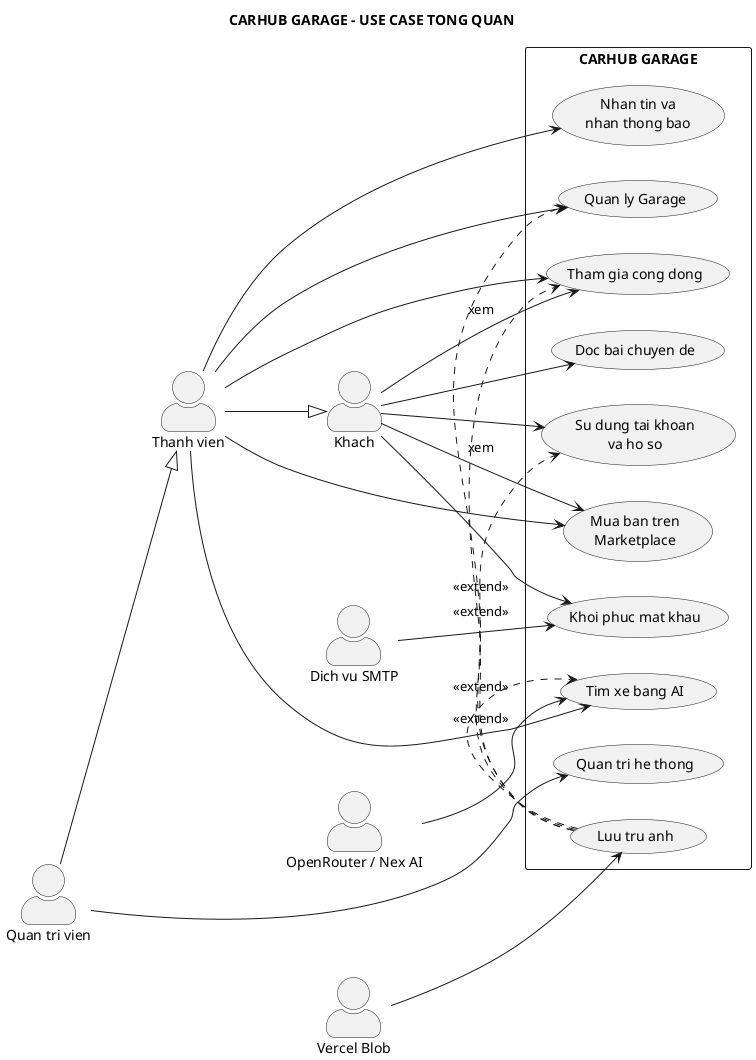
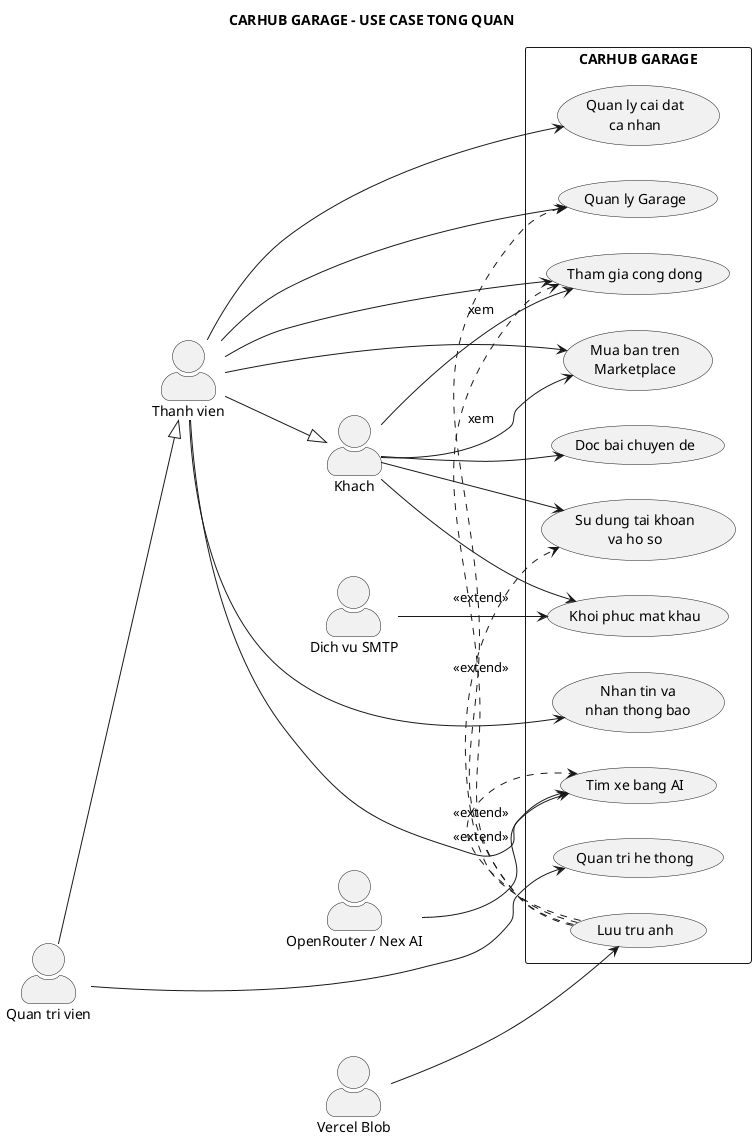
' File nay chua 4 diagram. PlantUML se xuat 4 anh khi render ca file.

@startuml CarHub_01_Overview
title CARHUB GARAGE - USE CASE TONG QUAN
left to right direction
skinparam shadowing false
skinparam packageStyle rectangle
skinparam actorStyle awesome
skinparam usecase BackgroundColor #F7F8FC
skinparam usecase BorderColor #6677AA

actor "Khach" as Guest
actor "Thanh vien" as Member
actor "Quan tri vien" as Admin
actor "OpenRouter / Nex AI" as OpenRouter
actor "Vercel Blob" as Blob
actor "Dich vu SMTP" as SMTP

Member --|> Guest
Admin --|> Member

rectangle "CARHUB GARAGE" {
  usecase "Su dung tai khoan\nva ho so" as O_Account
  usecase "Tham gia cong dong" as O_Community
  usecase "Quan ly Garage" as O_Garage
  usecase "Mua ban tren\nMarketplace" as O_Market
  usecase "Nhan tin va\nnhan thong bao" as O_Message
  usecase "Tim xe bang AI" as O_AI
  usecase "Doc bai chuyen de" as O_Article
+   usecase "Quan ly cai dat\nca nhan" as O_Settings
  usecase "Quan tri he thong" as O_Admin
  usecase "Luu tru anh" as O_Upload
  usecase "Khoi phuc mat khau" as O_Reset
}

Guest --> O_Account
Guest --> O_Article
Guest --> O_Community : xem
Guest --> O_Market : xem
Guest --> O_Reset

Member --> O_Community
Member --> O_Garage
Member --> O_Market
Member --> O_Message
Member --> O_AI
+ Member --> O_Settings

Admin --> O_Admin
OpenRouter --> O_AI
Blob --> O_Upload
SMTP --> O_Reset

O_Upload .> O_Account : <<extend>>
O_Upload .> O_Community : <<extend>>
O_Upload .> O_Garage : <<extend>>
O_Upload .> O_AI : <<extend>>
@enduml


@startuml CarHub_02_Account_Community
title CARHUB GARAGE - TAI KHOAN, HO SO VA CONG DONG
left to right direction
skinparam shadowing false
skinparam packageStyle rectangle
skinparam actorStyle awesome
skinparam usecase BackgroundColor #F7F8FC
skinparam usecase BorderColor #6677AA

actor "Khach" as Guest
actor "Thanh vien" as Member
actor "Dich vu SMTP" as SMTP
actor "Vercel Blob" as Blob
Member --|> Guest

rectangle "CARHUB GARAGE" {
  package "Tai khoan va ho so" {
    usecase "Dang ky" as A_SignUp
    usecase "Dang nhap" as A_Login
    usecase "Dang xuat" as A_Logout
    usecase "Khoi phuc mat khau" as A_Reset
    usecase "Gui ma reset qua email" as A_SendCode
    usecase "Xem / tim ho so" as A_ViewProfile
    usecase "Cap nhat bio, location\nva hang xe quan tam" as A_UpdateProfile
    usecase "Cap nhat avatar / banner" as A_UpdateImage
    usecase "Theo doi / bo theo doi" as A_Follow
    usecase "Danh gia thanh vien" as A_Rate
+   }
+ 
+   package "Cai dat ca nhan" {
+     usecase "Chon giao dien\nsang / toi / he thong" as S_Theme
+     usecase "Chon mat do hien thi" as S_Density
+     usecase "Chon co chu" as S_Font
+     usecase "Tu dong mo tro ly AI" as S_AI
+     usecase "Bat / tat thong bao\ncong dong, cho xe, tin nhan" as S_Notify
+     usecase "Dong bo cai dat\ntheo tai khoan" as S_Sync
  }

  package "Cong dong" {
    usecase "Xem feed" as C_Feed
    usecase "Dang bai viet" as C_Create
    usecase "Dinh kem toi da 8 anh" as C_Images
    usecase "Sua caption" as C_Edit
    usecase "Xoa bai cua minh" as C_Delete
    usecase "Thich bai viet" as C_Like
    usecase "Binh luan" as C_Comment
    usecase "Luu / bo luu" as C_Bookmark
    usecase "Chia se bai viet" as C_Share
    usecase "Xem bai da thich\nhoac da luu" as C_Favorites
  }

  usecase "Tai anh" as X_Upload
  usecase "Tao thong bao" as X_Notify
}

Guest --> A_SignUp
Guest --> A_Login
Guest --> A_Reset
Guest --> A_ViewProfile
Guest --> C_Feed

Member --> A_Logout
Member --> A_UpdateProfile
Member --> A_UpdateImage
Member --> A_Follow
Member --> A_Rate
Member --> C_Create
Member --> C_Edit
Member --> C_Delete
Member --> C_Like
Member --> C_Comment
Member --> C_Bookmark
Member --> C_Share
Member --> C_Favorites
+ Member --> S_Theme
+ Member --> S_Density
+ Member --> S_Font
+ Member --> S_AI
+ Member --> S_Notify
+ 
+ S_Theme .> S_Sync : <<include>>
+ S_Density .> S_Sync : <<include>>
+ S_Font .> S_Sync : <<include>>
+ S_AI .> S_Sync : <<include>>
+ S_Notify .> S_Sync : <<include>>

A_Reset .> A_SendCode : <<include>>
A_SendCode --> SMTP
A_UpdateImage .> X_Upload : <<include>>
C_Images .> X_Upload : <<include>>
C_Images .> C_Create : <<extend>>
X_Upload --> Blob

A_Follow .> X_Notify : <<extend>>
C_Like .> X_Notify : <<extend>>
C_Comment .> X_Notify : <<extend>>
@enduml


@startuml CarHub_03_Marketplace_AI_Messaging
title CARHUB GARAGE - GARAGE, MARKETPLACE, AI VA NHAN TIN
left to right direction
skinparam shadowing false
skinparam packageStyle rectangle
skinparam actorStyle awesome
skinparam usecase BackgroundColor #F7F8FC
skinparam usecase BorderColor #6677AA

actor "Khach" as Guest
actor "Thanh vien" as Member
actor "OpenRouter / Nex AI" as OpenRouter
actor "Vercel Blob" as Blob
Member --|> Guest

rectangle "CARHUB GARAGE" {
  package "Garage" {
    usecase "Xem Garage ca nhan" as G_View
    usecase "Them xe" as G_Create
    usecase "Sua thong tin xe" as G_Edit
    usecase "Xoa xe" as G_Delete
    usecase "Quan ly toi da\n12 anh moi xe" as G_Images
  }

  package "Marketplace" {
    usecase "Tim kiem, loc va\nsap xep tin xe" as M_Search
    usecase "Xem chi tiet xe" as M_Detail
    usecase "Tao tin ban tu Garage" as M_Create
    usecase "Sua tin dang" as M_Edit
    usecase "Danh dau da ban" as M_Sold
    usecase "Xoa tin dang" as M_Delete
    usecase "Luu tin xe" as M_Favorite
    usecase "Binh luan tin xe" as M_Comment
    usecase "Danh gia nguoi ban" as M_Rate
    usecase "Lien he nguoi ban" as M_Contact
  }

  package "Nhan tin va thong bao" {
    usecase "Tao tro chuyen truc tiep" as X_Direct
    usecase "Tao tro chuyen gan listing" as X_ListingChat
    usecase "Xem danh sach tro chuyen" as X_List
    usecase "Doc va gui tin nhan" as X_Message
    usecase "Chia se bai viet qua chat" as X_Share
    usecase "Xem thong bao" as X_Notify
    usecase "Danh dau tat ca da doc" as X_ReadAll
    usecase "Tao thong bao tu tuong tac" as X_CreateNotify
+     usecase "Kiem tra tuy chon\nnhan thong bao" as X_CheckPreference
  }

  package "Tro ly tim xe AI" {
    usecase "Hoi bang tieng Viet" as AI_Text
    usecase "Tim xe bang anh" as AI_Image
    usecase "Phan tich thanh\nbo loc co cau truc" as AI_Intent
    usecase "Truy van va xep hang\nlisting that" as AI_Rank
    usecase "Xem xe duoc de xuat" as AI_Result
  }

  usecase "Tai anh" as U_Upload
}

Guest --> M_Search
Guest --> M_Detail

Member --> G_View
Member --> G_Create
Member --> G_Edit
Member --> G_Delete
Member --> G_Images
Member --> M_Create
Member --> M_Edit
Member --> M_Sold
Member --> M_Delete
Member --> M_Favorite
Member --> M_Comment
Member --> M_Rate
Member --> M_Contact
Member --> X_Direct
Member --> X_List
Member --> X_Message
Member --> X_Share
Member --> X_Notify
Member --> X_ReadAll
Member --> AI_Text
Member --> AI_Image
Member --> AI_Result

G_Images .> U_Upload : <<include>>
U_Upload --> Blob
M_Create .> G_View : <<include>>
M_Contact .> X_ListingChat : <<include>>
X_Share .> X_Message : <<include>>

M_Favorite .> X_CreateNotify : <<extend>>
M_Comment .> X_CreateNotify : <<extend>>
X_Message .> X_CreateNotify : <<extend>>
+ X_CreateNotify .> X_CheckPreference : <<include>>

AI_Text .> AI_Intent : <<include>>
AI_Image .> U_Upload : <<include>>
AI_Image .> AI_Intent : <<include>>
AI_Intent --> OpenRouter
AI_Intent .> AI_Rank : <<include>>
AI_Rank .> AI_Result : <<include>>

note bottom of AI_Rank
  Chi truy van listing that trong PostgreSQL.
  AI khong tu tao tin xe.
end note

note bottom of G_Delete
  Xoa xe se xoa cac listing lien quan
  trong Prisma transaction.
+ end note
+ 
+ note bottom of M_Search
+   Du lieu demo chua 100 tin xe pho thong.
+   Anh dai dien phai dung dong xe va co nguon.
end note
@enduml


@startuml CarHub_04_Admin
title CARHUB GARAGE - USE CASE QUAN TRI
left to right direction
skinparam shadowing false
skinparam packageStyle rectangle
skinparam actorStyle awesome
skinparam usecase BackgroundColor #F7F8FC
skinparam usecase BorderColor #6677AA

actor "Quan tri vien" as Admin

rectangle "CARHUB GARAGE - ADMIN" {
  usecase "Dang nhap voi quyen ADMIN" as D_Login
  usecase "Xem dashboard thong ke" as D_Dashboard

  package "Nguoi dung" {
    usecase "Xem danh sach tai khoan" as D_Users
    usecase "Bat / tat verified\nprofessional" as D_Verify
    usecase "Xoa tai khoan" as D_DeleteUser
    usecase "Bao ve admin cuoi cung" as D_LastAdmin
  }

  package "Noi dung" {
    usecase "Duyet trang thai bai viet" as D_PostStatus
    usecase "Xoa bai viet" as D_DeletePost
    usecase "Duyet trang thai article" as D_ArticleStatus
    usecase "Xoa article" as D_DeleteArticle
    usecase "Xoa comment" as D_DeleteComment
  }

  package "Garage va Marketplace" {
    usecase "Cap nhat trang thai listing" as D_ListingStatus
    usecase "Xoa listing" as D_DeleteListing
    usecase "Cap nhat trang thai GarageVehicle" as D_GarageStatus
    usecase "Xoa GarageVehicle" as D_DeleteGarage
  }

  package "Quan he xa hoi" {
    usecase "Xem / xoa rating" as D_Rating
    usecase "Xem / xoa follow" as D_Follow
  }
}

Admin --> D_Login
Admin --> D_Dashboard
Admin --> D_Users
Admin --> D_Verify
Admin --> D_DeleteUser
Admin --> D_PostStatus
Admin --> D_DeletePost
Admin --> D_ArticleStatus
Admin --> D_DeleteArticle
Admin --> D_DeleteComment
Admin --> D_ListingStatus
Admin --> D_DeleteListing
Admin --> D_GarageStatus
Admin --> D_DeleteGarage
Admin --> D_Rating
Admin --> D_Follow

D_DeleteUser .> D_LastAdmin : <<include>>
@enduml
